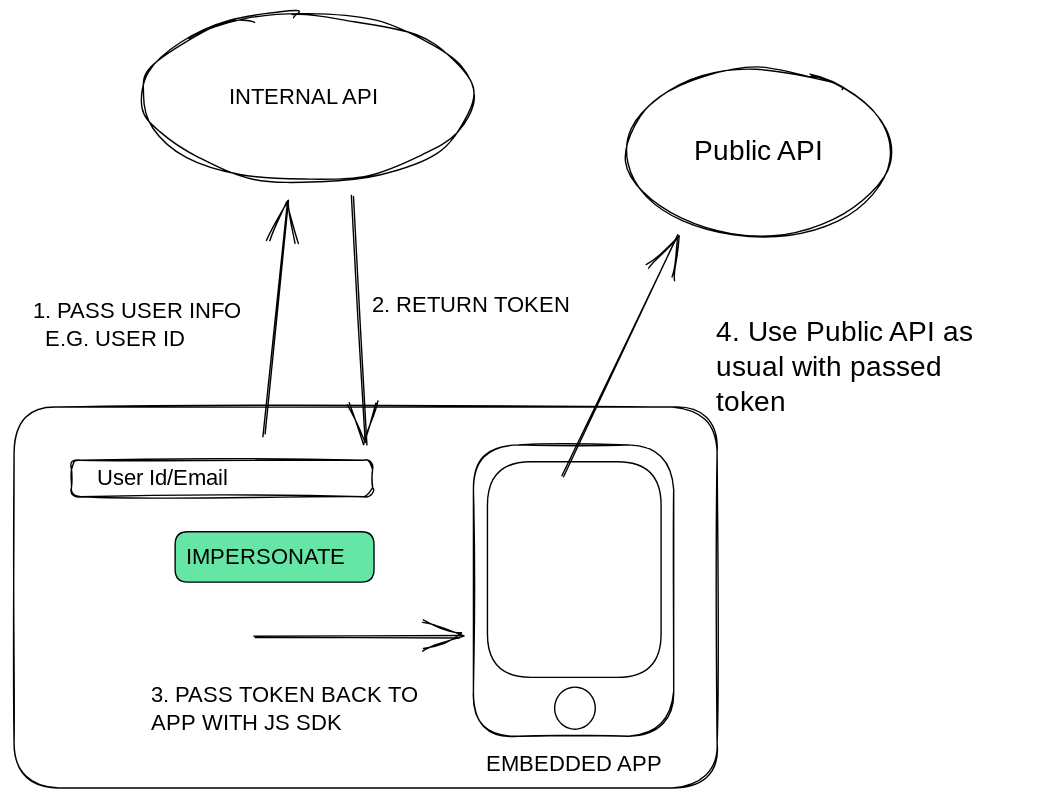
appetizeio/appetize-docs-gitbook keeps this Excalidraw diagram as .gitbook/assets/file.excalidraw (2).svg. Above is the earlier version. Source tidied: one line per element, renumbered; positions are measured from the earlier drawing's top-left corner, leaving out a move shared by most shapes. Source of this version:
```json
{"id": 0, "type": "rectangle", "strokeColor": "#000000", "strokeWidth": 1, "roughness": 1, "round": true, "x": 0, "y": 281, "width": 502, "height": 272}
{"id": 1, "type": "rectangle", "strokeColor": "#000000", "strokeWidth": 1, "roughness": 1, "round": true, "x": 328, "y": 308, "width": 143, "height": 208}
{"id": 2, "type": "rectangle", "strokeColor": "#000000", "strokeWidth": 1, "roughness": 1, "round": true, "x": 41, "y": 319, "width": 215, "height": 26}
{"id": 3, "type": "text", "text": "User Id/Email", "strokeColor": "#000000", "strokeWidth": 1, "roughness": 1, "fontSize": 16, "fontFamily": 1, "x": 59, "y": 322, "width": 111, "height": 20}
{"id": 4, "type": "ellipse", "strokeColor": "#000000", "strokeWidth": 1, "roughness": 0, "round": true, "x": 386, "y": 481, "width": 29, "height": 30}
{"id": 5, "type": "rectangle", "strokeColor": "#000000", "strokeWidth": 1, "roughness": 0, "round": true, "x": 338, "y": 320, "width": 124, "height": 154}
{"id": 6, "type": "rectangle", "strokeColor": "#000000", "backgroundColor": "#65e5a6", "fillStyle": "solid", "strokeWidth": 1, "roughness": 0, "round": true, "x": 115, "y": 370, "width": 142, "height": 36}
{"id": 7, "type": "text", "text": "IMPERSONATE", "strokeColor": "#000000", "strokeWidth": 1, "roughness": 0, "fontSize": 16, "fontFamily": 1, "x": 123, "y": 379, "width": 121, "height": 20}
{"id": 8, "type": "ellipse", "strokeColor": "#000000", "strokeWidth": 1, "roughness": 2, "round": true, "x": 90, "y": 0, "width": 237, "height": 119}
{"id": 9, "type": "arrow", "strokeColor": "#000000", "strokeWidth": 1, "roughness": 1, "endArrowhead": "arrow", "round": true, "to": 8, "x": 179, "y": 301, "width": 16, "height": 167, "points": [[0, 0], [16, -167]]}
{"id": 10, "type": "arrow", "strokeColor": "#000000", "strokeWidth": 1, "roughness": 1, "endArrowhead": "arrow", "round": true, "from": 8, "x": 242, "y": 130, "width": 10, "height": 177, "points": [[0, 0], [10, 177]]}
{"id": 11, "type": "arrow", "strokeColor": "#000000", "strokeWidth": 1, "roughness": 1, "endArrowhead": "arrow", "round": true, "x": 171, "y": 445, "width": 147, "height": 0, "points": [[0, 0], [147, 0]]}
{"id": 12, "type": "text", "text": "INTERNAL API", "strokeColor": "#000000", "strokeWidth": 1, "roughness": 1, "fontSize": 16, "fontFamily": 1, "x": 153, "y": 50, "width": 124, "height": 20}
{"id": 13, "type": "text", "text": "3. PASS TOKEN BACK TO\nAPP WITH JS SDK", "strokeColor": "#000000", "strokeWidth": 1, "roughness": 1, "fontSize": 16, "fontFamily": 1, "x": 97, "y": 477, "width": 211, "height": 40}
{"id": 14, "type": "text", "text": "1. PASS USER INFO\n  E.G. USER ID", "strokeColor": "#000000", "strokeWidth": 1, "roughness": 1, "fontSize": 16, "fontFamily": 1, "x": 13, "y": 203, "width": 157, "height": 40}
{"id": 15, "type": "text", "text": "2. RETURN TOKEN", "strokeColor": "#000000", "strokeWidth": 1, "roughness": 1, "fontSize": 16, "fontFamily": 1, "x": 255, "y": 199, "width": 156, "height": 20}
{"id": 16, "type": "ellipse", "strokeColor": "#000000", "strokeWidth": 1, "roughness": 1, "round": true, "x": 438, "y": 39, "width": 188, "height": 120}
{"id": 17, "type": "text", "text": "Public API", "strokeColor": "#000000", "strokeWidth": 1, "roughness": 1, "fontSize": 20, "fontFamily": 1, "textAlign": "center", "verticalAlign": "middle", "inside": 16, "x": 480, "y": 85, "width": 104, "height": 27}
{"id": 18, "type": "text", "text": "4. Use Public API as \nusual with passed \ntoken", "strokeColor": "#000000", "strokeWidth": 1, "roughness": 1, "fontSize": 20, "fontFamily": 1, "x": 502, "y": 216, "width": 221, "height": 75}
{"id": 19, "type": "arrow", "strokeColor": "#000000", "strokeWidth": 1, "roughness": 1, "endArrowhead": "arrow", "round": true, "to": 16, "x": 392, "y": 330, "width": 81, "height": 172, "points": [[0, 0], [81, -172]]}
{"id": 20, "type": "text", "text": "EMBEDDED APP", "strokeColor": "#000000", "strokeWidth": 1, "roughness": 1, "fontSize": 16, "fontFamily": 1, "x": 337, "y": 527, "width": 135, "height": 20}
```
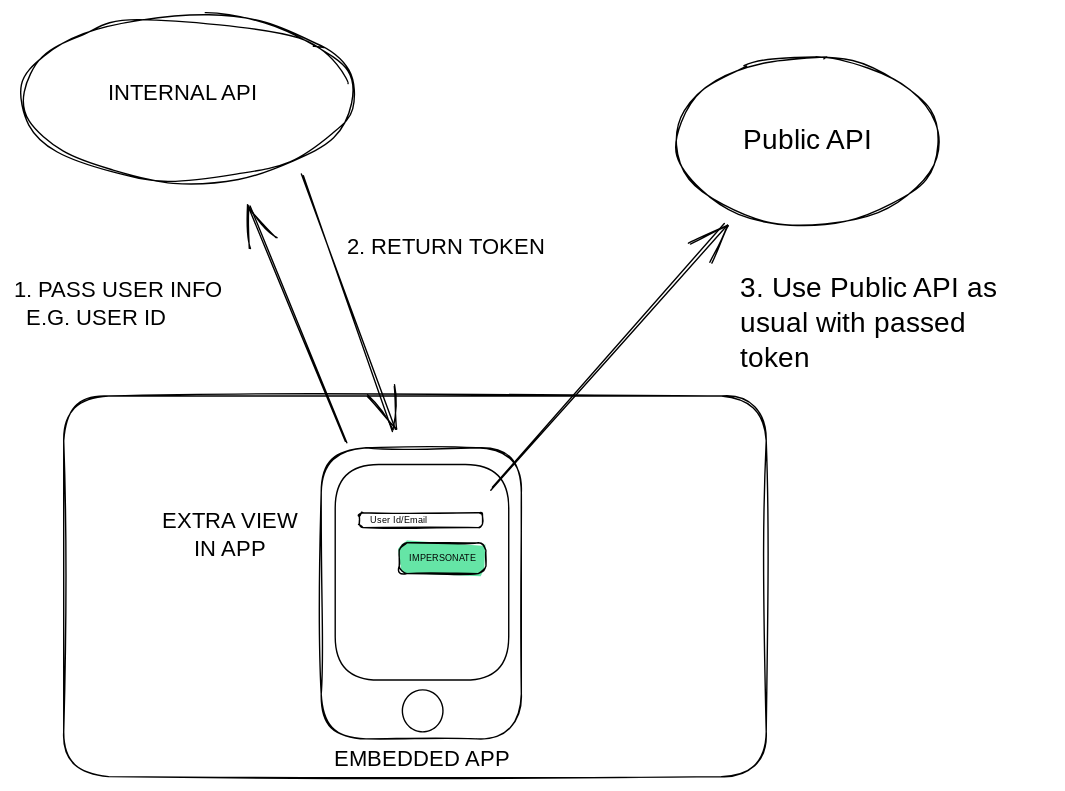
Later version of the same file.

Change to the diagram source:
```diff
@@ -1,21 +1,20 @@
-{"id": 0, "type": "rectangle", "strokeColor": "#000000", "strokeWidth": 1, "roughness": 1, "round": true, "x": 0, "y": 281, "width": 502, "height": 272}
-{"id": 1, "type": "rectangle", "strokeColor": "#000000", "strokeWidth": 1, "roughness": 1, "round": true, "x": 328, "y": 308, "width": 143, "height": 208}
-{"id": 2, "type": "rectangle", "strokeColor": "#000000", "strokeWidth": 1, "roughness": 1, "round": true, "x": 41, "y": 319, "width": 215, "height": 26}
-{"id": 3, "type": "text", "text": "User Id/Email", "strokeColor": "#000000", "strokeWidth": 1, "roughness": 1, "fontSize": 16, "fontFamily": 1, "x": 59, "y": 322, "width": 111, "height": 20}
-{"id": 4, "type": "ellipse", "strokeColor": "#000000", "strokeWidth": 1, "roughness": 0, "round": true, "x": 386, "y": 481, "width": 29, "height": 30}
-{"id": 5, "type": "rectangle", "strokeColor": "#000000", "strokeWidth": 1, "roughness": 0, "round": true, "x": 338, "y": 320, "width": 124, "height": 154}
-{"id": 6, "type": "rectangle", "strokeColor": "#000000", "backgroundColor": "#65e5a6", "fillStyle": "solid", "strokeWidth": 1, "roughness": 0, "round": true, "x": 115, "y": 370, "width": 142, "height": 36}
-{"id": 7, "type": "text", "text": "IMPERSONATE", "strokeColor": "#000000", "strokeWidth": 1, "roughness": 0, "fontSize": 16, "fontFamily": 1, "x": 123, "y": 379, "width": 121, "height": 20}
-{"id": 8, "type": "ellipse", "strokeColor": "#000000", "strokeWidth": 1, "roughness": 2, "round": true, "x": 90, "y": 0, "width": 237, "height": 119}
-{"id": 9, "type": "arrow", "strokeColor": "#000000", "strokeWidth": 1, "roughness": 1, "endArrowhead": "arrow", "round": true, "to": 8, "x": 179, "y": 301, "width": 16, "height": 167, "points": [[0, 0], [16, -167]]}
-{"id": 10, "type": "arrow", "strokeColor": "#000000", "strokeWidth": 1, "roughness": 1, "endArrowhead": "arrow", "round": true, "from": 8, "x": 242, "y": 130, "width": 10, "height": 177, "points": [[0, 0], [10, 177]]}
-{"id": 11, "type": "arrow", "strokeColor": "#000000", "strokeWidth": 1, "roughness": 1, "endArrowhead": "arrow", "round": true, "x": 171, "y": 445, "width": 147, "height": 0, "points": [[0, 0], [147, 0]]}
+{"id": 21, "type": "rectangle", "strokeColor": "#000000", "strokeWidth": 1, "roughness": 1, "round": true, "x": -187, "y": 352, "width": 502, "height": 272}
+{"id": 22, "type": "rectangle", "strokeColor": "#000000", "strokeWidth": 1, "roughness": 1, "round": true, "x": -3, "y": 389, "width": 143, "height": 208}
+{"id": 23, "type": "ellipse", "strokeColor": "#000000", "strokeWidth": 1, "roughness": 0, "round": true, "x": 55, "y": 562, "width": 29, "height": 30}
+{"id": 24, "type": "rectangle", "strokeColor": "#000000", "strokeWidth": 1, "roughness": 0, "round": true, "x": 7, "y": 401, "width": 124, "height": 154}
+{"id": 25, "type": "ellipse", "strokeColor": "#000000", "strokeWidth": 1, "roughness": 2, "round": true, "x": -217, "y": 79, "width": 237, "height": 119}
+{"id": 26, "type": "arrow", "strokeColor": "#000000", "strokeWidth": 1, "roughness": 1, "endArrowhead": "arrow", "round": true, "from": 24, "to": 25, "x": 14, "y": 385, "width": 68, "height": 168, "points": [[0, 0], [-68, -168]]}
+{"id": 27, "type": "arrow", "strokeColor": "#000000", "strokeWidth": 1, "roughness": 1, "endArrowhead": "arrow", "round": true, "from": 25, "to": 24, "x": -16, "y": 195, "width": 65, "height": 181, "points": [[0, 0], [65, 181]]}
-{"id": 12, "type": "text", "text": "INTERNAL API", "strokeColor": "#000000", "strokeWidth": 1, "roughness": 1, "fontSize": 16, "fontFamily": 1, "x": 153, "y": 50, "width": 124, "height": 20}
+{"id": 12, "type": "text", "text": "INTERNAL API", "strokeColor": "#000000", "strokeWidth": 1, "roughness": 1, "fontSize": 16, "fontFamily": 1, "x": -156, "y": 126, "width": 124, "height": 20}
-{"id": 13, "type": "text", "text": "3. PASS TOKEN BACK TO\nAPP WITH JS SDK", "strokeColor": "#000000", "strokeWidth": 1, "roughness": 1, "fontSize": 16, "fontFamily": 1, "x": 97, "y": 477, "width": 211, "height": 40}
-{"id": 14, "type": "text", "text": "1. PASS USER INFO\n  E.G. USER ID", "strokeColor": "#000000", "strokeWidth": 1, "roughness": 1, "fontSize": 16, "fontFamily": 1, "x": 13, "y": 203, "width": 157, "height": 40}
+{"id": 14, "type": "text", "text": "1. PASS USER INFO\n  E.G. USER ID", "strokeColor": "#000000", "strokeWidth": 1, "roughness": 1, "fontSize": 16, "fontFamily": 1, "x": -223, "y": 267, "width": 157, "height": 40}
-{"id": 15, "type": "text", "text": "2. RETURN TOKEN", "strokeColor": "#000000", "strokeWidth": 1, "roughness": 1, "fontSize": 16, "fontFamily": 1, "x": 255, "y": 199, "width": 156, "height": 20}
+{"id": 15, "type": "text", "text": "2. RETURN TOKEN", "strokeColor": "#000000", "strokeWidth": 1, "roughness": 1, "fontSize": 16, "fontFamily": 1, "x": 15, "y": 236, "width": 156, "height": 20}
-{"id": 16, "type": "ellipse", "strokeColor": "#000000", "strokeWidth": 1, "roughness": 1, "round": true, "x": 438, "y": 39, "width": 188, "height": 120}
+{"id": 28, "type": "ellipse", "strokeColor": "#000000", "strokeWidth": 1, "roughness": 1, "round": true, "x": 250, "y": 110, "width": 188, "height": 120}
-{"id": 17, "type": "text", "text": "Public API", "strokeColor": "#000000", "strokeWidth": 1, "roughness": 1, "fontSize": 20, "fontFamily": 1, "textAlign": "center", "verticalAlign": "middle", "inside": 16, "x": 480, "y": 85, "width": 104, "height": 27}
+{"id": 17, "type": "text", "text": "Public API", "strokeColor": "#000000", "strokeWidth": 1, "roughness": 1, "fontSize": 20, "fontFamily": 1, "textAlign": "center", "verticalAlign": "middle", "inside": 28, "x": 292, "y": 157, "width": 104, "height": 27}
-{"id": 18, "type": "text", "text": "4. Use Public API as \nusual with passed \ntoken", "strokeColor": "#000000", "strokeWidth": 1, "roughness": 1, "fontSize": 20, "fontFamily": 1, "x": 502, "y": 216, "width": 221, "height": 75}
-{"id": 19, "type": "arrow", "strokeColor": "#000000", "strokeWidth": 1, "roughness": 1, "endArrowhead": "arrow", "round": true, "to": 16, "x": 392, "y": 330, "width": 81, "height": 172, "points": [[0, 0], [81, -172]]}
+{"id": 29, "type": "text", "text": "3. Use Public API as \nusual with passed \ntoken", "strokeColor": "#000000", "strokeWidth": 1, "roughness": 1, "fontSize": 20, "fontFamily": 1, "x": 296, "y": 263, "width": 222, "height": 75}
+{"id": 30, "type": "arrow", "strokeColor": "#000000", "strokeWidth": 1, "roughness": 1, "endArrowhead": "arrow", "round": true, "to": 28, "x": 118, "y": 418, "width": 167, "height": 189, "points": [[0, 0], [167, -189]]}
-{"id": 20, "type": "text", "text": "EMBEDDED APP", "strokeColor": "#000000", "strokeWidth": 1, "roughness": 1, "fontSize": 16, "fontFamily": 1, "x": 337, "y": 527, "width": 135, "height": 20}
+{"id": 20, "type": "text", "text": "EMBEDDED APP", "strokeColor": "#000000", "strokeWidth": 1, "roughness": 1, "fontSize": 16, "fontFamily": 1, "x": 6, "y": 602, "width": 135, "height": 20}
+{"id": 31, "type": "rectangle", "strokeColor": "#000000", "strokeWidth": 1, "roughness": 1, "round": true, "x": 24, "y": 435, "width": 88, "height": 11}
+{"id": 3, "type": "text", "text": "User Id/Email", "strokeColor": "#000000", "strokeWidth": 1, "roughness": 1, "fontSize": 6.55, "fontFamily": 1, "x": 31, "y": 437, "width": 45, "height": 8}
+{"id": 32, "type": "rectangle", "strokeColor": "#000000", "backgroundColor": "#65e5a6", "fillStyle": "solid", "strokeWidth": 1, "roughness": 1, "round": true, "x": 52, "y": 457, "width": 62, "height": 22}
+{"id": 7, "type": "text", "text": "IMPERSONATE", "strokeColor": "#000000", "strokeWidth": 1, "roughness": 0, "fontSize": 6.55, "fontFamily": 1, "x": 60, "y": 464, "width": 50, "height": 8}
+{"id": 33, "type": "text", "text": "EXTRA VIEW\nIN APP", "strokeColor": "#000000", "strokeWidth": 1, "roughness": 1, "fontSize": 16, "fontFamily": 1, "textAlign": "center", "x": -120, "y": 432, "width": 103, "height": 40}
```
